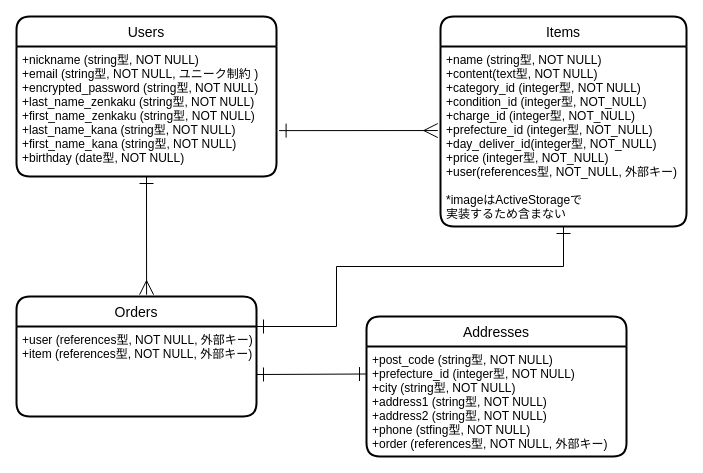
Earlier version of the draw.io diagram furima_er.dio (lmarcat344/furima-37629). Source tidied: cells renumbered, new cells numbered last; positions are measured from the earlier drawing's top-left corner, leaving out a move shared by most shapes. Both pictures are drawn from the tidied source at 100%, with x=0, y=0 at pixel (16, 16).
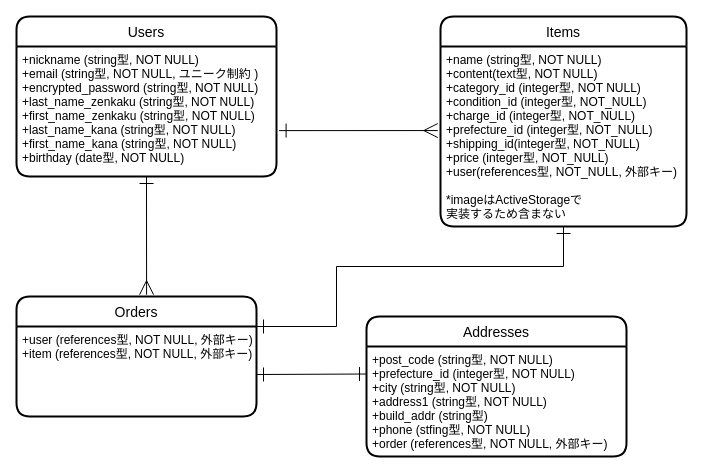
The same page after the edit.

Commit message (it also covers changes not shown here):
修正2−2 発送までの日数のカラム名からdayを排除した

What changed in the source:
```diff
@@
 <mxGraphModel>
   <root>
     <mxCell id="0" />
     <mxCell id="1" parent="0" />
     <mxCell id="2" value="Users" style="swimlane;horizontal=1;startSize=30;rounded=1;fontSize=14;fontStyle=0;strokeWidth=2;shadow=0;dashed=0;align=center;" parent="1" vertex="1">
       <mxGeometry width="260" height="160" as="geometry" />
     </mxCell>
     <mxCell id="3" value="+nickname (string型, NOT NULL)&#10;+email (string型, NOT NULL, ユニーク制約 )&#10;+encrypted_password (string型, NOT NULL)&#10;+last_name_zenkaku (string型, NOT NULL)&#10;+first_name_zenkaku (string型, NOT NULL)&#10;+last_name_kana (string型, NOT NULL)&#10;+first_name_kana (string型, NOT NULL)&#10;+birthday (date型, NOT NULL)" style="align=left;strokeColor=none;fillColor=none;spacingLeft=4;fontSize=12;verticalAlign=top;" parent="2" vertex="1">
       <mxGeometry y="30" width="260" height="130" as="geometry" />
     </mxCell>
     <mxCell id="4" value="Items" style="swimlane;horizontal=1;startSize=30;rounded=1;fontSize=14;fontStyle=0;strokeWidth=2;shadow=0;dashed=0;align=center;" parent="1" vertex="1">
       <mxGeometry x="424" width="246" height="210" as="geometry" />
     </mxCell>
-    <mxCell id="5" value="+name (string型, NOT NULL)&#10;+content(text型, NOT NULL)&#10;+category_id (integer型, NOT NULL)&#10;+condition_id (integer型, NOT_NULL)&#10;+charge_id (integer型, NOT_NULL)&#10;+prefecture_id (integer型, NOT_NULL)&#10;+day_deliver_id(integer型, NOT_NULL)&#10;+price (integer型, NOT_NULL)&#10;+user(references型, NOT_NULL, 外部キー)&#10;&#10;*imageはActiveStorageで&#10;実装するため含まない&#10;" style="align=left;strokeColor=none;fillColor=none;spacingLeft=4;fontSize=12;verticalAlign=top;" parent="4" vertex="1">
+    <mxCell id="5" value="+name (string型, NOT NULL)&#10;+content(text型, NOT NULL)&#10;+category_id (integer型, NOT NULL)&#10;+condition_id (integer型, NOT_NULL)&#10;+charge_id (integer型, NOT_NULL)&#10;+prefecture_id (integer型, NOT_NULL)&#10;+shipping_id(integer型, NOT_NULL)&#10;+price (integer型, NOT_NULL)&#10;+user(references型, NOT_NULL, 外部キー)&#10;&#10;*imageはActiveStorageで&#10;実装するため含まない&#10;" style="align=left;strokeColor=none;fillColor=none;spacingLeft=4;fontSize=12;verticalAlign=top;" parent="4" vertex="1">
       <mxGeometry y="30" width="246" height="180" as="geometry" />
     </mxCell>
     <mxCell id="6" value="Addresses" style="swimlane;horizontal=1;startSize=30;rounded=1;fontSize=14;fontStyle=0;strokeWidth=2;shadow=0;dashed=0;align=center;" parent="1" vertex="1">
       <mxGeometry x="350" y="300" width="260" height="140" as="geometry" />
     </mxCell>
-    <mxCell id="7" value="+post_code (string型, NOT NULL)&#10;+prefecture_id (integer型, NOT NULL)&#10;+city (string型, NOT NULL)&#10;+address1 (string型, NOT NULL)&#10;+address2 (string型, NOT NULL)&#10;+phone (stfing型, NOT NULL)&#10;+order (references型, NOT NULL, 外部キー)" style="align=left;strokeColor=none;fillColor=none;spacingLeft=4;fontSize=12;verticalAlign=top;" parent="6" vertex="1">
+    <mxCell id="7" value="+post_code (string型, NOT NULL)&#10;+prefecture_id (integer型, NOT NULL)&#10;+city (string型, NOT NULL)&#10;+address1 (string型, NOT NULL)&#10;+build_addr (string型)&#10;+phone (stfing型, NOT NULL)&#10;+order (references型, NOT NULL, 外部キー)" style="align=left;strokeColor=none;fillColor=none;spacingLeft=4;fontSize=12;verticalAlign=top;" parent="6" vertex="1">
       <mxGeometry y="30" width="260" height="110" as="geometry" />
     </mxCell>
     <mxCell id="8" style="edgeStyle=none;rounded=0;html=1;exitX=1.01;exitY=0.647;exitDx=0;exitDy=0;fontSize=12;endArrow=ERmany;endFill=0;strokeColor=default;startArrow=ERone;startFill=0;strokeWidth=1;endSize=12;targetPerimeterSpacing=0;startSize=12;entryX=-0.011;entryY=0.467;entryDx=0;entryDy=0;entryPerimeter=0;exitPerimeter=0;" parent="1" edge="1" source="3" target="5">
       <mxGeometry relative="1" as="geometry" />
     </mxCell>
     <mxCell id="9" value="Orders" style="swimlane;horizontal=1;startSize=30;rounded=1;fontSize=14;fontStyle=0;strokeWidth=2;shadow=0;dashed=0;align=center;" parent="1" vertex="1">
       <mxGeometry y="280" width="240" height="120" as="geometry" />
     </mxCell>
     <mxCell id="10" value="+user (references型, NOT NULL, 外部キー)&#10;+item (references型, NOT NULL, 外部キー)" style="align=left;strokeColor=none;fillColor=none;spacingLeft=4;fontSize=12;verticalAlign=top;" parent="9" vertex="1">
       <mxGeometry y="30" width="240" height="90" as="geometry" />
     </mxCell>
     <mxCell id="11" style="edgeStyle=none;rounded=0;html=1;exitX=0.5;exitY=1;exitDx=0;exitDy=0;entryX=0.542;entryY=-0.015;entryDx=0;entryDy=0;entryPerimeter=0;fontSize=12;startArrow=ERone;startFill=0;endArrow=ERmany;endFill=0;startSize=12;endSize=12;targetPerimeterSpacing=0;strokeColor=default;strokeWidth=1;" parent="1" edge="1" source="3" target="9">
       <mxGeometry relative="1" as="geometry" />
     </mxCell>
     <mxCell id="12" style="edgeStyle=none;rounded=0;html=1;exitX=0.5;exitY=1;exitDx=0;exitDy=0;entryX=1;entryY=0;entryDx=0;entryDy=0;fontSize=12;startArrow=ERone;startFill=0;endArrow=ERone;endFill=0;startSize=12;endSize=12;targetPerimeterSpacing=0;strokeColor=default;strokeWidth=1;" parent="1" edge="1" source="5" target="10">
       <mxGeometry relative="1" as="geometry">
         <Array as="points">
           <mxPoint x="547" y="250" />
           <mxPoint x="320" y="250" />
           <mxPoint x="320" y="310" />
         </Array>
       </mxGeometry>
     </mxCell>
     <mxCell id="13" style="edgeStyle=none;rounded=0;html=1;entryX=0;entryY=0.25;entryDx=0;entryDy=0;fontSize=12;startArrow=ERone;startFill=0;endArrow=ERone;endFill=0;startSize=12;endSize=12;targetPerimeterSpacing=0;strokeColor=default;strokeWidth=1;" parent="1" edge="1" target="7">
       <mxGeometry relative="1" as="geometry">
         <mxPoint x="240" y="358" as="sourcePoint" />
       </mxGeometry>
     </mxCell>
   </root>
 </mxGraphModel>
```
